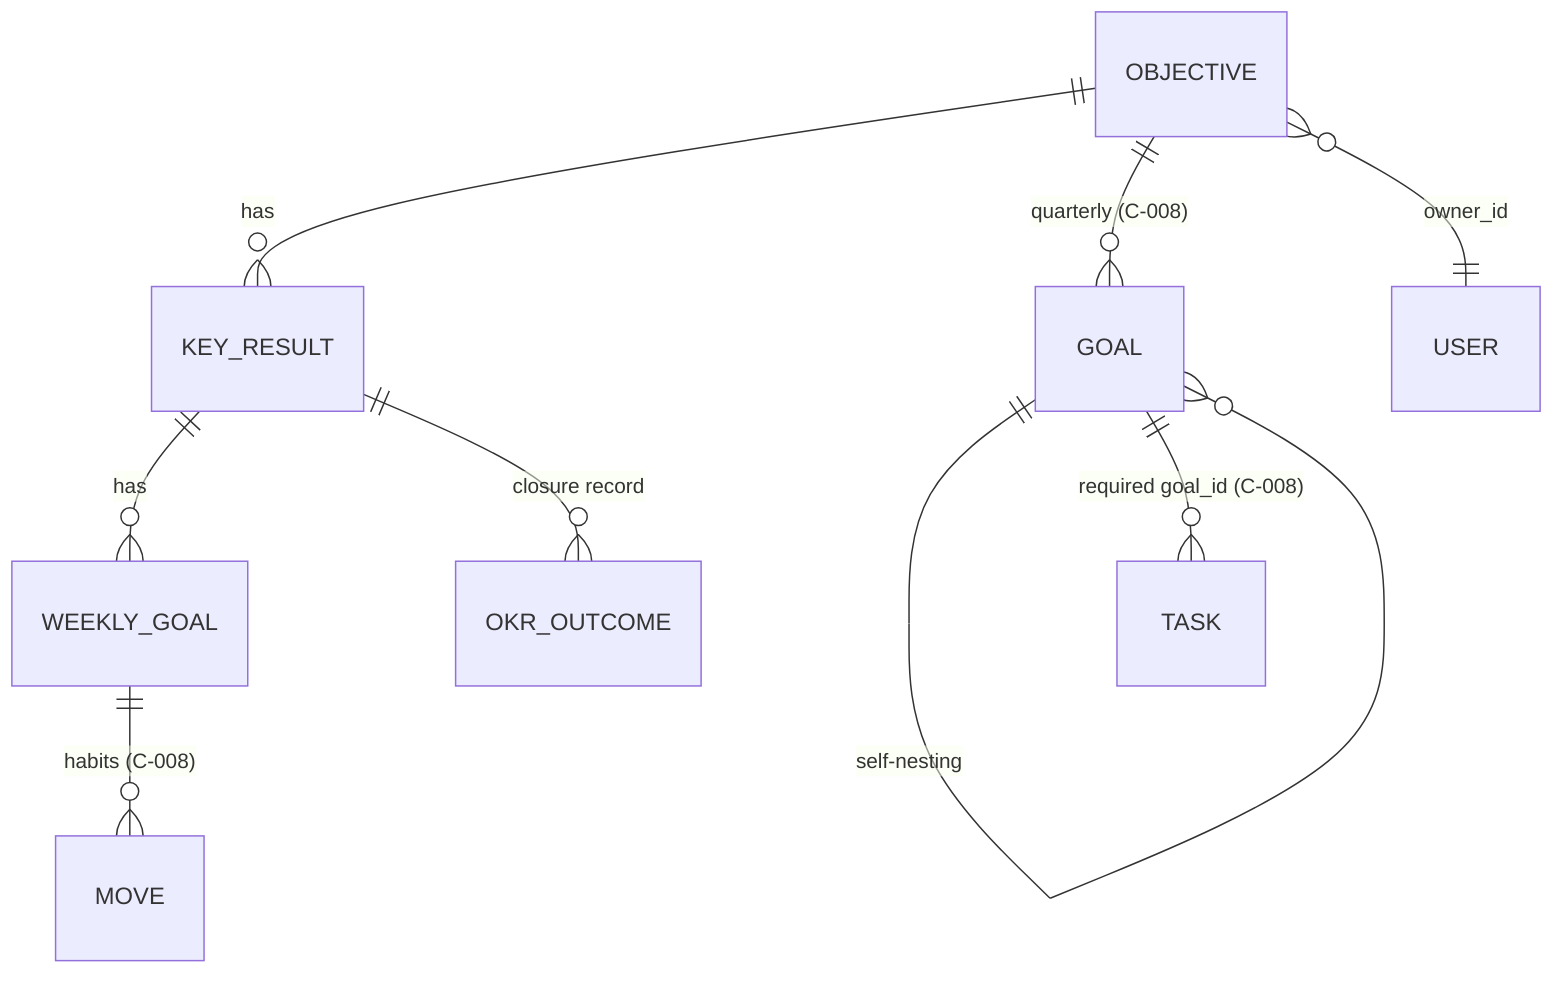
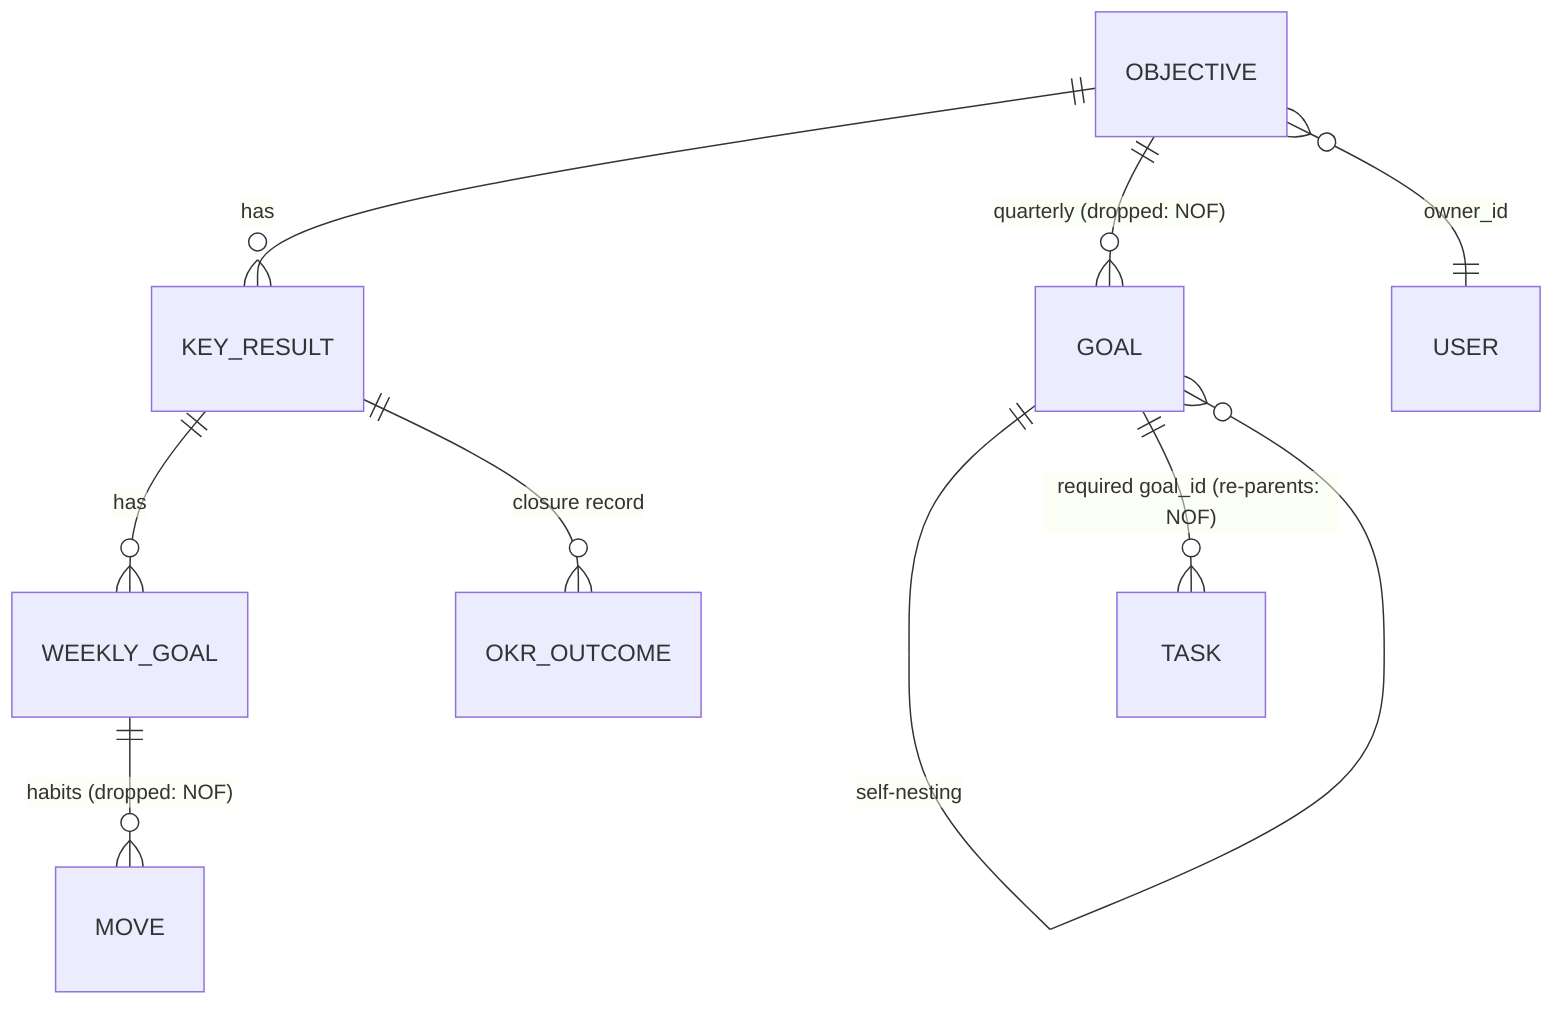
erDiagram
    OBJECTIVE ||--o{ KEY_RESULT : has
-     OBJECTIVE ||--o{ GOAL : "quarterly (C-008)"
+     OBJECTIVE ||--o{ GOAL : "quarterly (dropped: NOF)"
    GOAL ||--o{ GOAL : "self-nesting"
-     GOAL ||--o{ TASK : "required goal_id (C-008)"
+     GOAL ||--o{ TASK : "required goal_id (re-parents: NOF)"
    KEY_RESULT ||--o{ WEEKLY_GOAL : has
-     WEEKLY_GOAL ||--o{ MOVE : "habits (C-008)"
+     WEEKLY_GOAL ||--o{ MOVE : "habits (dropped: NOF)"
    KEY_RESULT ||--o{ OKR_OUTCOME : "closure record"
    OBJECTIVE }o--|| USER : owner_id
